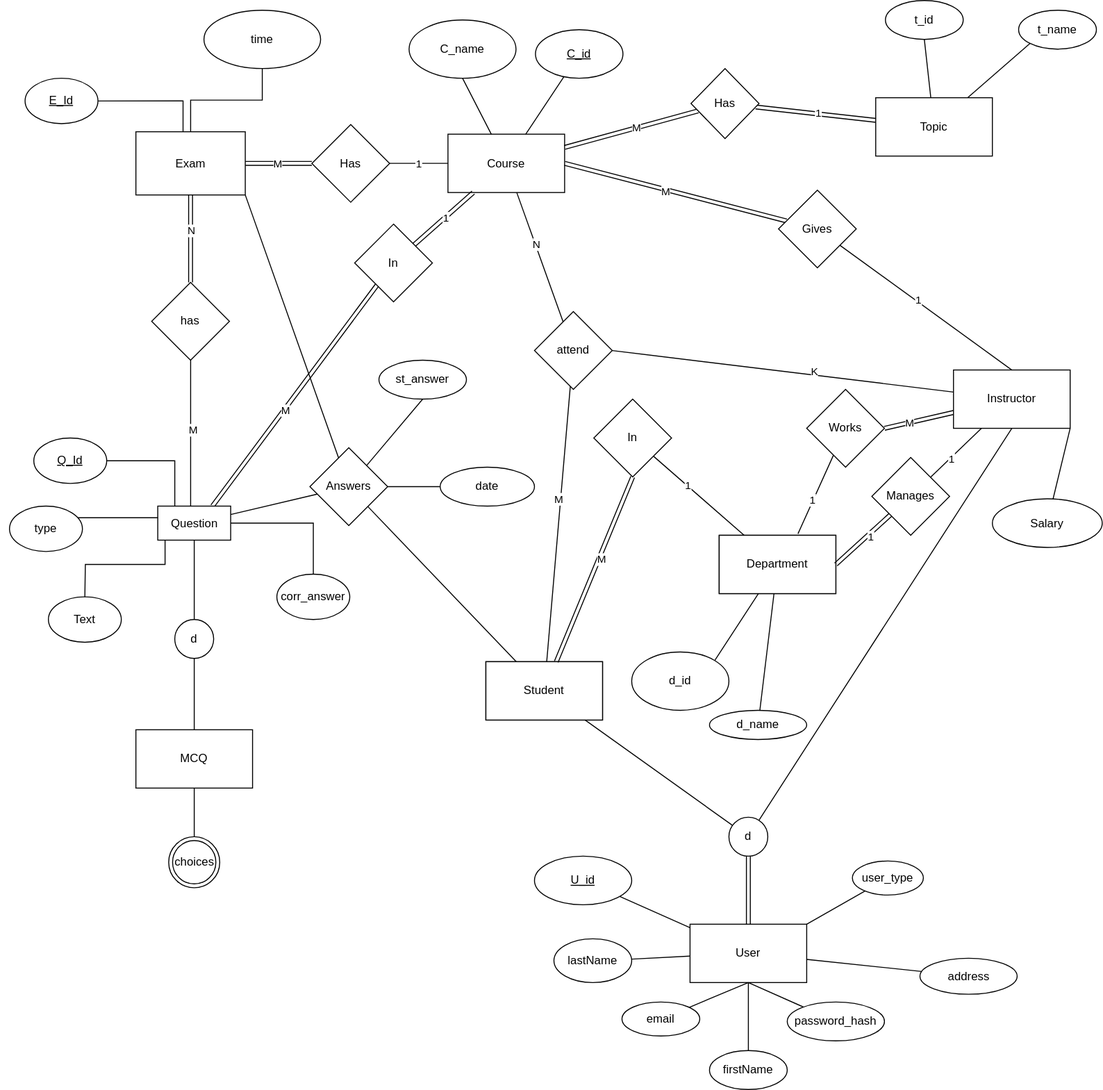
abdo1819/Examination-system keeps this draw.io diagram as ERD.drawio.svg. Above is the earlier version. Source tidied: cells renumbered, new cells last; positions are measured from the earlier drawing's top-left corner, leaving out a move shared by most shapes.
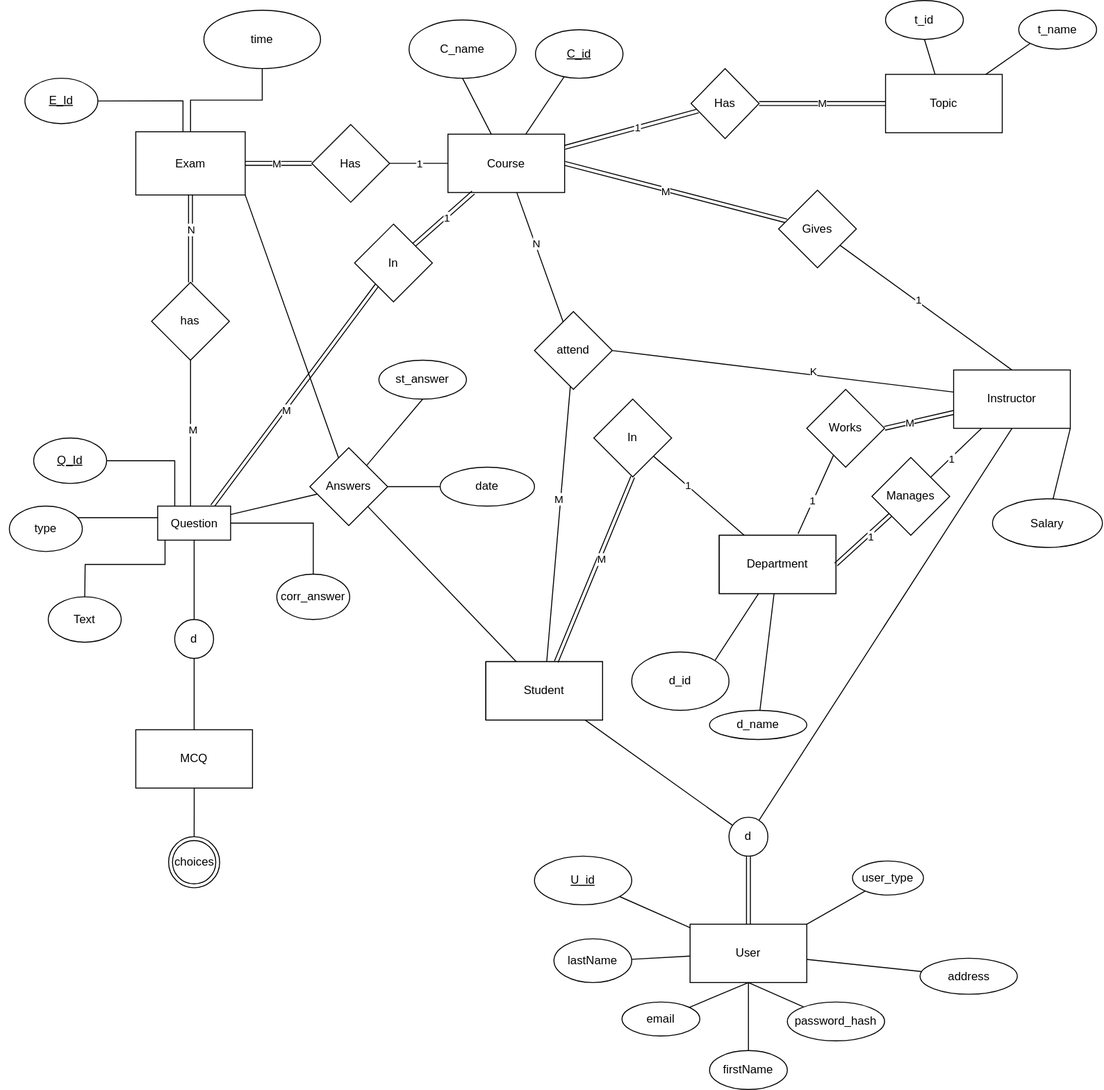
After the change.

Commit message:
make course topic one to many

The edit, as a diff of the source:
```diff
@@ -295,7 +295,7 @@
       <mxGeometry relative="1" as="geometry" />
     </mxCell>
     <mxCell id="93" value="Topic" style="rounded=0;whiteSpace=wrap;html=1;" parent="1" vertex="1">
-      <mxGeometry x="900" y="100" width="120" height="60" as="geometry" />
+      <mxGeometry x="910" y="76" width="120" height="60" as="geometry" />
     </mxCell>
     <mxCell id="94" value="t_id" style="ellipse;whiteSpace=wrap;html=1;" parent="1" vertex="1">
       <mxGeometry x="910" width="80" height="40" as="geometry" />
@@ -306,19 +306,14 @@
     <mxCell id="96" style="edgeStyle=none;rounded=0;jettySize=auto;html=1;shape=link;" parent="1" edge="1" source="100" target="9">
       <mxGeometry relative="1" as="geometry" />
     </mxCell>
-    <mxCell id="97" value="M" style="edgeLabel;html=1;align=center;verticalAlign=middle;" parent="96" vertex="1">
+    <mxCell id="97" value="1" style="edgeLabel;html=1;align=center;verticalAlign=middle;" parent="96" vertex="1">
       <mxGeometry x="-0.27" y="-1" relative="1" as="geometry">
         <mxPoint x="-13" y="4" as="offset" />
       </mxGeometry>
     </mxCell>
-    <mxCell id="98" style="edgeStyle=none;rounded=0;jettySize=auto;html=1;shape=link;" parent="1" edge="1" source="100" target="93">
+    <mxCell id="98" value="M" style="edgeStyle=none;rounded=0;jettySize=auto;html=1;shape=link;" parent="1" edge="1" source="100" target="93">
       <mxGeometry relative="1" as="geometry" />
     </mxCell>
-    <mxCell id="99" value="1" style="edgeLabel;html=1;align=center;verticalAlign=middle;" parent="98" vertex="1">
-      <mxGeometry x="-0.2" relative="1" as="geometry">
-        <mxPoint x="14" as="offset" />
-      </mxGeometry>
-    </mxCell>
     <mxCell id="100" value="Has" style="rhombus;whiteSpace=wrap;html=1;" parent="1" vertex="1">
       <mxGeometry x="710" y="70" width="70" height="72" as="geometry" />
     </mxCell>
```
